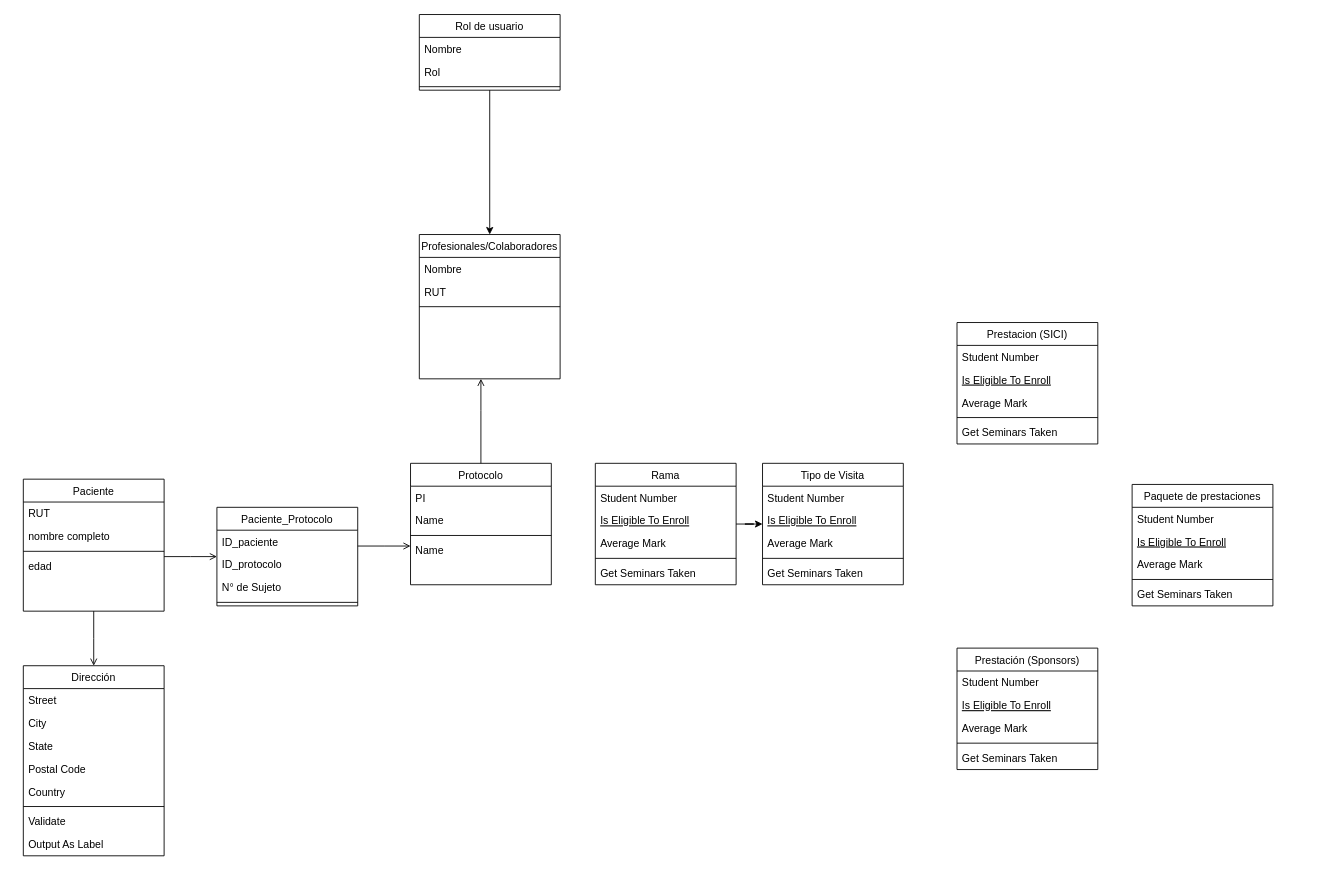
Earlier version of the draw.io diagram UIDO_Protocolos.drawio (ietchart/UIDO). Source tidied: cells renumbered, new cells numbered last; positions are measured from the earlier drawing's top-left corner, leaving out a move shared by most shapes. Both pictures are drawn from the tidied source at 88%, with x=0, y=0 at pixel (23, 14).
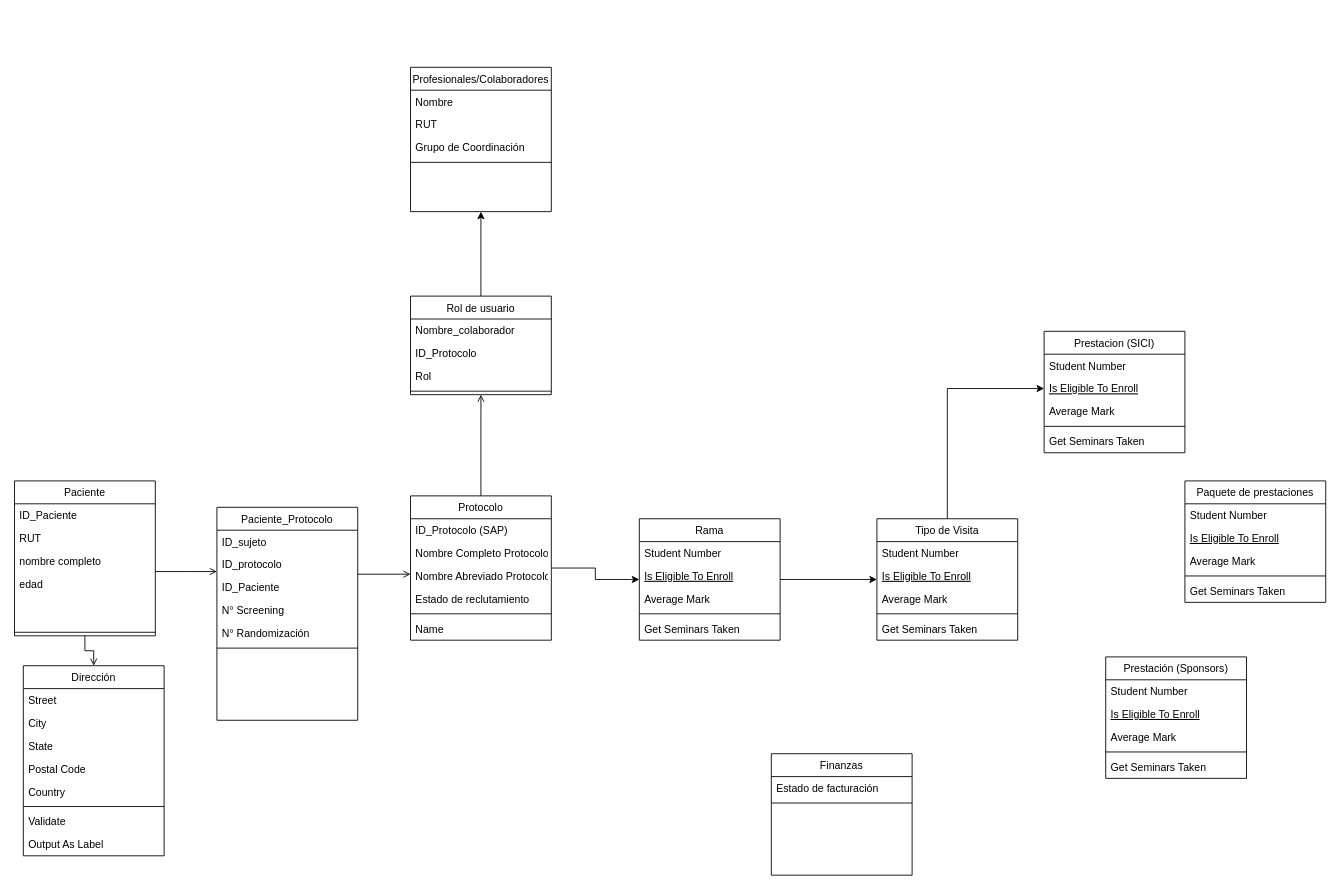
Above is the later version.

Unchanged cells that the change refers to:
```xml
<mxCell id="24" value="Is Eligible To Enroll" style="text;align=left;verticalAlign=top;spacingLeft=4;spacingRight=4;overflow=hidden;points=[[0,0.5],[1,0.5]];portConstraint=eastwest;fontStyle=4;" parent="22" vertex="1">
  <mxGeometry y="52" width="160" height="26" as="geometry" />
</mxCell>
```

Diff of the diagram source:
```diff
@@
+    <mxCell id="70" style="edgeStyle=orthogonalEdgeStyle;rounded=0;jettySize=auto;html=1;" parent="1" edge="1" source="2" target="29">
+      <mxGeometry relative="1" as="geometry" />
+    </mxCell>
     <mxCell id="2" value="Protocolo" style="swimlane;fontStyle=0;align=center;verticalAlign=top;horizontal=1;startSize=26;rounded=0;shadow=0;strokeWidth=1;" parent="1" vertex="1">
-      <mxGeometry x="440" y="510" width="160" height="138" as="geometry" />
+      <mxGeometry x="440" y="547" width="160" height="164" as="geometry" />
     </mxCell>
-    <mxCell id="3" value="PI" style="text;align=left;verticalAlign=top;spacingLeft=4;spacingRight=4;overflow=hidden;" parent="2" vertex="1">
+    <mxCell id="3" value="ID_Protocolo (SAP)" style="text;align=left;verticalAlign=top;spacingLeft=4;spacingRight=4;overflow=hidden;" parent="2" vertex="1">
       <mxGeometry y="26" width="160" height="26" as="geometry" />
     </mxCell>
+    <mxCell id="71" value="Nombre Completo Protocolo" style="text;align=left;verticalAlign=top;spacingLeft=4;spacingRight=4;overflow=hidden;" parent="2" vertex="1">
+      <mxGeometry y="52" width="160" height="26" as="geometry" />
+    </mxCell>
-    <mxCell id="4" value="Name" style="text;align=left;verticalAlign=top;spacingLeft=4;spacingRight=4;overflow=hidden;" parent="2" vertex="1">
-      <mxGeometry y="52" width="160" height="26" as="geometry" />
+    <mxCell id="4" value="Nombre Abreviado Protocolo" style="text;align=left;verticalAlign=top;spacingLeft=4;spacingRight=4;overflow=hidden;" parent="2" vertex="1">
+      <mxGeometry y="78" width="160" height="26" as="geometry" />
     </mxCell>
+    <mxCell id="72" value="Estado de reclutamiento" style="text;align=left;verticalAlign=top;spacingLeft=4;spacingRight=4;overflow=hidden;" parent="2" vertex="1">
+      <mxGeometry y="104" width="160" height="26" as="geometry" />
+    </mxCell>
     <mxCell id="5" style="line;html=1;strokeWidth=1;align=left;verticalAlign=middle;spacingTop=-1;spacingLeft=3;spacingRight=3;labelPosition=right;" parent="2" vertex="1">
-      <mxGeometry y="78" width="160" height="8" as="geometry" />
+      <mxGeometry y="130" width="160" height="8" as="geometry" />
     </mxCell>
     <mxCell id="6" value="Name" style="text;align=left;verticalAlign=top;spacingLeft=4;spacingRight=4;overflow=hidden;" parent="2" vertex="1">
-      <mxGeometry y="86" width="160" height="26" as="geometry" />
+      <mxGeometry y="138" width="160" height="26" as="geometry" />
     </mxCell>
     <mxCell id="7" value="Paquete de prestaciones" style="swimlane;fontStyle=0;align=center;verticalAlign=top;horizontal=1;startSize=26;rounded=0;shadow=0;strokeWidth=1;" parent="1" vertex="1">
-      <mxGeometry x="1260" y="534" width="160" height="138" as="geometry" />
+      <mxGeometry x="1320" y="530" width="160" height="138" as="geometry" />
     </mxCell>
@@
     <mxCell id="22" value="Prestacion (SICI)" style="swimlane;fontStyle=0;align=center;verticalAlign=top;horizontal=1;startSize=26;rounded=0;shadow=0;strokeWidth=1;" parent="1" vertex="1">
-      <mxGeometry x="1061" y="350" width="160" height="138" as="geometry" />
+      <mxGeometry x="1160" y="360" width="160" height="138" as="geometry" />
     </mxCell>
@@
     <mxCell id="29" value="Rama" style="swimlane;fontStyle=0;align=center;verticalAlign=top;horizontal=1;startSize=26;rounded=0;shadow=0;strokeWidth=1;" parent="1" vertex="1">
-      <mxGeometry x="650" y="510" width="160" height="138" as="geometry" />
+      <mxGeometry x="700" y="573" width="160" height="138" as="geometry" />
     </mxCell>
@@
     <mxCell id="35" value="Paciente_Protocolo" style="swimlane;fontStyle=0;align=center;verticalAlign=top;horizontal=1;startSize=26;rounded=0;shadow=0;strokeWidth=1;" parent="1" vertex="1">
-      <mxGeometry x="220" y="560" width="160" height="112" as="geometry" />
+      <mxGeometry x="220" y="560" width="160" height="242" as="geometry" />
     </mxCell>
-    <mxCell id="36" value="ID_paciente" style="text;align=left;verticalAlign=top;spacingLeft=4;spacingRight=4;overflow=hidden;" parent="35" vertex="1">
+    <mxCell id="36" value="ID_sujeto" style="text;align=left;verticalAlign=top;spacingLeft=4;spacingRight=4;overflow=hidden;" parent="35" vertex="1">
       <mxGeometry y="26" width="160" height="26" as="geometry" />
     </mxCell>
@@
+    <mxCell id="73" value="ID_Paciente" style="text;align=left;verticalAlign=top;spacingLeft=4;spacingRight=4;overflow=hidden;" parent="35" vertex="1">
+      <mxGeometry y="78" width="160" height="26" as="geometry" />
+    </mxCell>
-    <mxCell id="38" value="N° de Sujeto" style="text;align=left;verticalAlign=top;spacingLeft=4;spacingRight=4;overflow=hidden;" parent="35" vertex="1">
-      <mxGeometry y="78" width="160" height="26" as="geometry" />
+    <mxCell id="38" value="N° Screening" style="text;align=left;verticalAlign=top;spacingLeft=4;spacingRight=4;overflow=hidden;" parent="35" vertex="1">
+      <mxGeometry y="104" width="160" height="26" as="geometry" />
     </mxCell>
+    <mxCell id="74" value="N° Randomización" style="text;align=left;verticalAlign=top;spacingLeft=4;spacingRight=4;overflow=hidden;" parent="35" vertex="1">
+      <mxGeometry y="130" width="160" height="26" as="geometry" />
+    </mxCell>
     <mxCell id="39" style="line;html=1;strokeWidth=1;align=left;verticalAlign=middle;spacingTop=-1;spacingLeft=3;spacingRight=3;labelPosition=right;" parent="35" vertex="1">
-      <mxGeometry y="104" width="160" height="8" as="geometry" />
+      <mxGeometry y="156" width="160" height="8" as="geometry" />
     </mxCell>
     <mxCell id="40" value="Paciente" style="swimlane;fontStyle=0;align=center;verticalAlign=top;horizontal=1;startSize=26;rounded=0;shadow=0;strokeWidth=1;" parent="1" vertex="1">
-      <mxGeometry y="528" width="160" height="150" as="geometry" />
+      <mxGeometry x="-10" y="530" width="160" height="176" as="geometry" />
     </mxCell>
+    <mxCell id="75" value="ID_Paciente" style="text;align=left;verticalAlign=top;spacingLeft=4;spacingRight=4;overflow=hidden;" parent="40" vertex="1">
+      <mxGeometry y="26" width="160" height="26" as="geometry" />
+    </mxCell>
     <mxCell id="41" value="RUT&#10;" style="text;align=left;verticalAlign=top;spacingLeft=4;spacingRight=4;overflow=hidden;" parent="40" vertex="1">
-      <mxGeometry y="26" width="160" height="26" as="geometry" />
+      <mxGeometry y="52" width="160" height="26" as="geometry" />
     </mxCell>
     <mxCell id="42" value="nombre completo" style="text;align=left;verticalAlign=top;spacingLeft=4;spacingRight=4;overflow=hidden;" parent="40" vertex="1">
-      <mxGeometry y="52" width="160" height="26" as="geometry" />
+      <mxGeometry y="78" width="160" height="26" as="geometry" />
     </mxCell>
+    <mxCell id="44" value="edad" style="text;align=left;verticalAlign=top;spacingLeft=4;spacingRight=4;overflow=hidden;" parent="40" vertex="1">
+      <mxGeometry y="104" width="160" height="64" as="geometry" />
+    </mxCell>
     <mxCell id="43" style="line;html=1;strokeWidth=1;align=left;verticalAlign=middle;spacingTop=-1;spacingLeft=3;spacingRight=3;labelPosition=right;" parent="40" vertex="1">
-      <mxGeometry y="78" width="160" height="8" as="geometry" />
+      <mxGeometry y="168" width="160" height="8" as="geometry" />
     </mxCell>
-    <mxCell id="44" value="edad" style="text;align=left;verticalAlign=top;spacingLeft=4;spacingRight=4;overflow=hidden;" parent="40" vertex="1">
-      <mxGeometry y="86" width="160" height="64" as="geometry" />
-    </mxCell>
@@
     <mxCell id="48" value="Profesionales/Colaboradores" style="swimlane;fontStyle=0;align=center;verticalAlign=top;horizontal=1;startSize=26;rounded=0;shadow=0;strokeWidth=1;" parent="1" vertex="1">
-      <mxGeometry x="450" y="250" width="160" height="164" as="geometry" />
+      <mxGeometry x="440" y="60" width="160" height="164" as="geometry" />
     </mxCell>
@@
+    <mxCell id="76" value="Grupo de Coordinación" style="text;align=left;verticalAlign=top;spacingLeft=4;spacingRight=4;overflow=hidden;" parent="48" vertex="1">
+      <mxGeometry y="78" width="160" height="26" as="geometry" />
+    </mxCell>
     <mxCell id="51" style="line;html=1;strokeWidth=1;align=left;verticalAlign=middle;spacingTop=-1;spacingLeft=3;spacingRight=3;labelPosition=right;" parent="48" vertex="1">
-      <mxGeometry y="78" width="160" height="8" as="geometry" />
+      <mxGeometry y="104" width="160" height="8" as="geometry" />
     </mxCell>
-    <mxCell id="52" style="endArrow=open;shadow=0;strokeWidth=1;rounded=0;endFill=1;edgeStyle=elbowEdgeStyle;elbow=vertical;" parent="1" edge="1" source="2" target="48">
+    <mxCell id="52" style="endArrow=open;shadow=0;strokeWidth=1;rounded=0;endFill=1;edgeStyle=elbowEdgeStyle;elbow=vertical;" parent="1" edge="1" source="2" target="65">
       <mxGeometry x="0.5" y="41" relative="1" as="geometry">
         <Array as="points">
           <mxPoint x="520" y="450" />
           <mxPoint x="450" y="480" />
         </Array>
         <mxPoint x="-40" y="32" as="offset" />
       </mxGeometry>
     </mxCell>
+    <mxCell id="77" style="edgeStyle=orthogonalEdgeStyle;rounded=0;jettySize=auto;html=1;" parent="1" edge="1" source="53" target="24">
+      <mxGeometry relative="1" as="geometry" />
+    </mxCell>
     <mxCell id="53" value="Tipo de Visita" style="swimlane;fontStyle=0;align=center;verticalAlign=top;horizontal=1;startSize=26;rounded=0;shadow=0;strokeWidth=1;" parent="1" vertex="1">
-      <mxGeometry x="840" y="510" width="160" height="138" as="geometry" />
+      <mxGeometry x="970" y="573" width="160" height="138" as="geometry" />
     </mxCell>
@@
     <mxCell id="59" value="Prestación (Sponsors)" style="swimlane;fontStyle=0;align=center;verticalAlign=top;horizontal=1;startSize=26;rounded=0;shadow=0;strokeWidth=1;" parent="1" vertex="1">
-      <mxGeometry x="1061" y="720" width="160" height="138" as="geometry" />
+      <mxGeometry x="1230" y="730" width="160" height="138" as="geometry" />
     </mxCell>
@@
     <mxCell id="65" value="Rol de usuario" style="swimlane;fontStyle=0;align=center;verticalAlign=top;horizontal=1;startSize=26;rounded=0;shadow=0;strokeWidth=1;" parent="1" vertex="1">
-      <mxGeometry x="450" width="160" height="86" as="geometry" />
+      <mxGeometry x="440" y="320" width="160" height="112" as="geometry" />
     </mxCell>
-    <mxCell id="66" value="Nombre" style="text;align=left;verticalAlign=top;spacingLeft=4;spacingRight=4;overflow=hidden;" parent="65" vertex="1">
+    <mxCell id="66" value="Nombre_colaborador" style="text;align=left;verticalAlign=top;spacingLeft=4;spacingRight=4;overflow=hidden;" parent="65" vertex="1">
       <mxGeometry y="26" width="160" height="26" as="geometry" />
     </mxCell>
+    <mxCell id="78" value="ID_Protocolo" style="text;align=left;verticalAlign=top;spacingLeft=4;spacingRight=4;overflow=hidden;" parent="65" vertex="1">
+      <mxGeometry y="52" width="160" height="26" as="geometry" />
+    </mxCell>
     <mxCell id="67" value="Rol" style="text;align=left;verticalAlign=top;spacingLeft=4;spacingRight=4;overflow=hidden;" parent="65" vertex="1">
-      <mxGeometry y="52" width="160" height="26" as="geometry" />
+      <mxGeometry y="78" width="160" height="26" as="geometry" />
     </mxCell>
     <mxCell id="68" style="line;html=1;strokeWidth=1;align=left;verticalAlign=middle;spacingTop=-1;spacingLeft=3;spacingRight=3;labelPosition=right;" parent="65" vertex="1">
-      <mxGeometry y="78" width="160" height="8" as="geometry" />
+      <mxGeometry y="104" width="160" height="8" as="geometry" />
     </mxCell>
@@
+    <mxCell id="79" value="Finanzas" style="swimlane;fontStyle=0;align=center;verticalAlign=top;horizontal=1;startSize=26;rounded=0;shadow=0;strokeWidth=1;" parent="1" vertex="1">
+      <mxGeometry x="850" y="840" width="160" height="138" as="geometry" />
+    </mxCell>
+    <mxCell id="80" value="Estado de facturación" style="text;align=left;verticalAlign=top;spacingLeft=4;spacingRight=4;overflow=hidden;" parent="79" vertex="1">
+      <mxGeometry y="26" width="160" height="26" as="geometry" />
+    </mxCell>
+    <mxCell id="81" style="line;html=1;strokeWidth=1;align=left;verticalAlign=middle;spacingTop=-1;spacingLeft=3;spacingRight=3;labelPosition=right;" parent="79" vertex="1">
+      <mxGeometry y="52" width="160" height="8" as="geometry" />
+    </mxCell>
```
